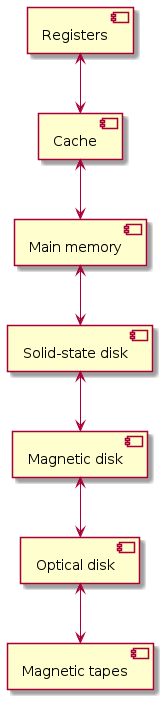
The PlantUML diagram docs/images/operating-system-concepts-figure-1-4.png in chayward1/dotfiles, before a commit.
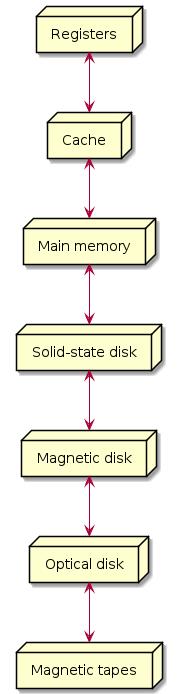
The same diagram one commit later.

The edit, as a diff of the source:
```diff
@@ -1,11 +1,11 @@
 @startuml
-component "Registers" as 1
-component "Cache" as 2
-component "Main memory" as 3
-component "Solid-state disk" as 4
-component "Magnetic disk" as 5
-component "Optical disk" as 6
-component "Magnetic tapes" as 7
+node "Registers" as 1
+node "Cache" as 2
+node "Main memory" as 3
+node "Solid-state disk" as 4
+node "Magnetic disk" as 5
+node "Optical disk" as 6
+node "Magnetic tapes" as 7
 
 1 <--> 2
 2 <--> 3
```
